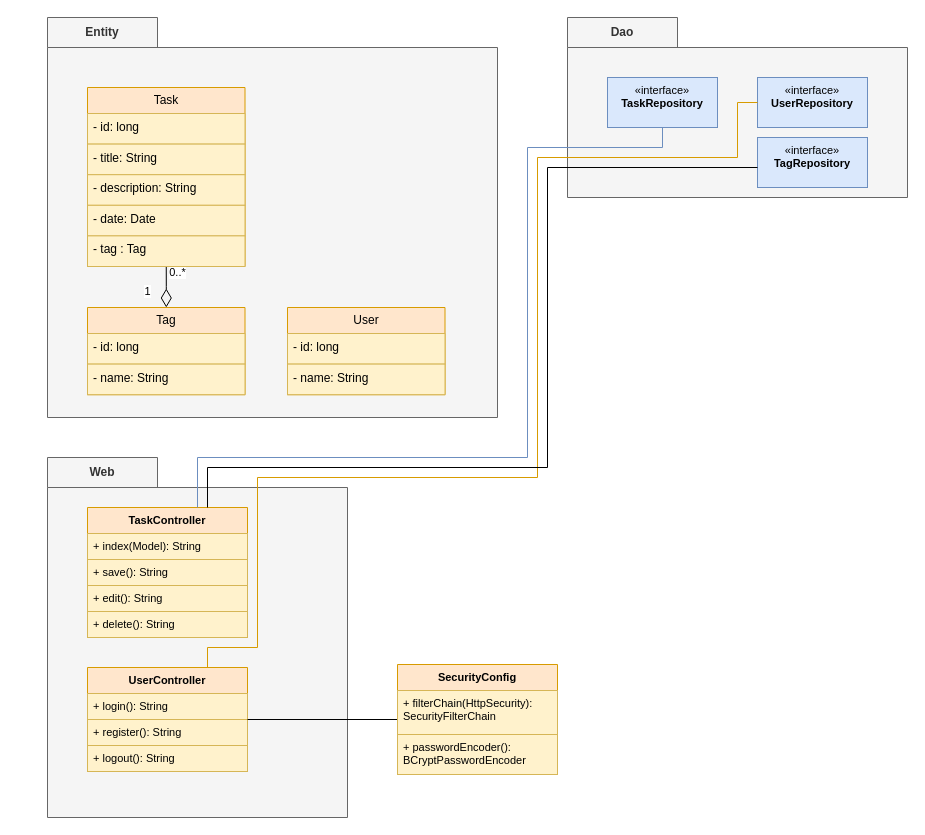
Before: page "Class" (1 of 2) of doc/uml/Boardle.drawio in KMorere/spring-eval, a draw.io diagram. Source tidied: cells renumbered, new cells numbered last; positions are measured from the earlier drawing's top-left corner, leaving out a move shared by most shapes. Both pictures are drawn from the tidied source at 100%, with x=0, y=0 at pixel (47, 17).
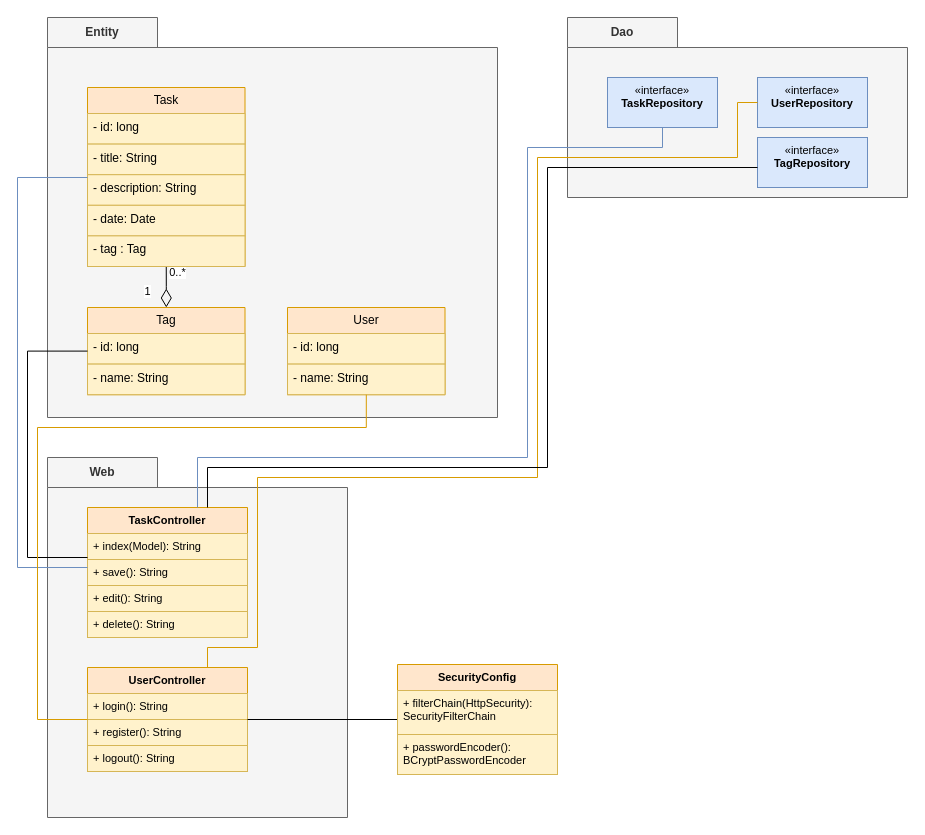
After the change.

Commit message (it also covers changes not shown here):
Added links between Entities and Controllers.

Unchanged cells that the change refers to:
```xml
<mxCell id="7" value="Task" style="swimlane;fontStyle=0;horizontal=1;startSize=26;fillColor=#ffe6cc;whiteSpace=wrap;html=1;strokeColor=#d79b00;" parent="2" vertex="1">
  <mxGeometry x="40" y="70" width="157.5" height="178.9" as="geometry" />
</mxCell>
<mxCell id="13" value="Tag" style="swimlane;fontStyle=0;horizontal=1;startSize=26;fillColor=#ffe6cc;whiteSpace=wrap;html=1;strokeColor=#d79b00;" parent="2" vertex="1">
  <mxGeometry x="40" y="290" width="157.5" height="87.2" as="geometry" />
</mxCell>
<mxCell id="16" value="User" style="swimlane;fontStyle=0;horizontal=1;startSize=26;fillColor=#ffe6cc;whiteSpace=wrap;html=1;strokeColor=#d79b00;" parent="2" vertex="1">
  <mxGeometry x="240" y="290" width="157.5" height="87.2" as="geometry" />
</mxCell>
<mxCell id="26" value="TaskController" style="swimlane;fontStyle=1;align=center;verticalAlign=top;horizontal=1;startSize=26;whiteSpace=wrap;html=1;strokeColor=#d79b00;fontFamily=Helvetica;fontSize=11;fontColor=default;labelBackgroundColor=none;fillColor=#ffe6cc;" parent="24" vertex="1">
  <mxGeometry x="40" y="50" width="160" height="130" as="geometry" />
</mxCell>
<mxCell id="31" value="UserController" style="swimlane;fontStyle=1;align=center;verticalAlign=top;horizontal=1;startSize=26;whiteSpace=wrap;html=1;strokeColor=#d79b00;fontFamily=Helvetica;fontSize=11;fontColor=default;labelBackgroundColor=none;fillColor=#ffe6cc;" parent="24" vertex="1">
  <mxGeometry x="40" y="210" width="160" height="104" as="geometry" />
</mxCell>
```

What changed in the source:
```diff
@@
+    <mxCell id="42" style="edgeStyle=orthogonalEdgeStyle;rounded=0;jettySize=auto;html=1;endArrow=none;endFill=0;fillColor=#dae8fc;strokeColor=#6c8ebf;" parent="1" edge="1" source="26" target="7">
+      <mxGeometry relative="1" as="geometry">
+        <Array as="points">
+          <mxPoint x="-30" y="550" />
+          <mxPoint x="-30" y="160" />
+        </Array>
+      </mxGeometry>
+    </mxCell>
+    <mxCell id="43" style="edgeStyle=orthogonalEdgeStyle;rounded=0;jettySize=auto;html=1;endArrow=none;endFill=0;" parent="1" edge="1" source="13" target="26">
+      <mxGeometry relative="1" as="geometry">
+        <Array as="points">
+          <mxPoint x="-20" y="334" />
+          <mxPoint x="-20" y="540" />
+        </Array>
+      </mxGeometry>
+    </mxCell>
+    <mxCell id="44" style="edgeStyle=orthogonalEdgeStyle;shape=connector;rounded=0;jettySize=auto;html=1;strokeColor=#d79b00;align=center;verticalAlign=middle;fontFamily=Helvetica;fontSize=11;fontColor=default;labelBackgroundColor=default;endArrow=none;endFill=0;fillColor=#ffe6cc;" parent="1" edge="1" source="16" target="31">
+      <mxGeometry relative="1" as="geometry">
+        <Array as="points">
+          <mxPoint x="319" y="410" />
+          <mxPoint x="-10" y="410" />
+          <mxPoint x="-10" y="702" />
+        </Array>
+      </mxGeometry>
+    </mxCell>
```
